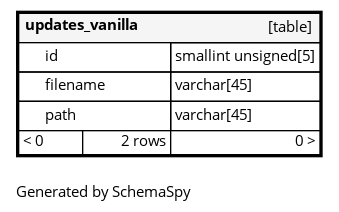
This is diagrams/tables/updates_vanilla.1degree.png from ta-forever/db, a Graphviz export, as it was before one commit. Its source is kept beside it as diagrams/tables/updates_vanilla.1degree.dot.
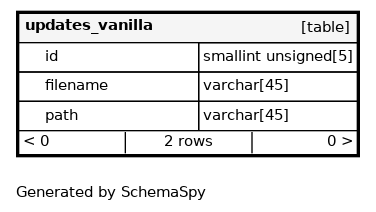
Above is the later version.

What changed in the source:
```diff
@@ -1,13 +1,13 @@
 digraph "oneDegreeRelationshipsDiagram" {
-  graph [    rankdir="RL"    bgcolor="#ffffff"    label="\nGenerated by SchemaSpy"    labeljust="l"    nodesep="0.18"    ranksep="0.46"    fontname="Helvetica"    fontsize="11"    ration="compress"  ];  node [    fontname="Helvetica"    fontsize="11"    shape="plaintext"  ];  edge [    arrowsize="0.8"  ];
+  graph [    rankdir="RL"    bgcolor="#ffffff"    label="\nGenerated by SchemaSpy"    labeljust="l"    nodesep="0.18"    ranksep="0.46"    fontname="Helvetica"    fontsize="11"    packmode="graph"  ];  node [    fontname="Helvetica"    fontsize="11"    shape="plaintext"  ];  edge [    arrowsize="0.8"  ];
   "updates_vanilla" [
    label=<
     <TABLE BORDER="2" CELLBORDER="1" CELLSPACING="0" BGCOLOR="#ffffff">
-      <TR><TD COLSPAN="4"  BGCOLOR="#f5f5f5"><TABLE BORDER="0" CELLSPACING="0"><TR><TD ALIGN="LEFT" FIXEDSIZE="TRUE" WIDTH="93" HEIGHT="16"><B>updates_vanilla</B></TD><TD ALIGN="RIGHT">[table]</TD></TR></TABLE></TD></TR>
-      <TR><TD PORT="id" COLSPAN="2" BGCOLOR="#ffffff" ALIGN="LEFT"><TABLE BORDER="0" CELLSPACING="0" ALIGN="LEFT"><TR ALIGN="LEFT"><TD ALIGN="LEFT" FIXEDSIZE="TRUE" WIDTH="15" HEIGHT="16"></TD><TD ALIGN="LEFT" FIXEDSIZE="TRUE" WIDTH="93" HEIGHT="16">id</TD></TR></TABLE></TD><TD PORT="id.type" ALIGN="LEFT">smallint unsigned[5]</TD></TR>
-      <TR><TD PORT="filename" COLSPAN="2" ALIGN="LEFT"><TABLE BORDER="0" CELLSPACING="0" ALIGN="LEFT"><TR ALIGN="LEFT"><TD ALIGN="LEFT" FIXEDSIZE="TRUE" WIDTH="15" HEIGHT="16"></TD><TD ALIGN="LEFT" FIXEDSIZE="TRUE" WIDTH="93" HEIGHT="16">filename</TD></TR></TABLE></TD><TD PORT="filename.type" ALIGN="LEFT">varchar[45]</TD></TR>
-      <TR><TD PORT="path" COLSPAN="2" ALIGN="LEFT"><TABLE BORDER="0" CELLSPACING="0" ALIGN="LEFT"><TR ALIGN="LEFT"><TD ALIGN="LEFT" FIXEDSIZE="TRUE" WIDTH="15" HEIGHT="16"></TD><TD ALIGN="LEFT" FIXEDSIZE="TRUE" WIDTH="93" HEIGHT="16">path</TD></TR></TABLE></TD><TD PORT="path.type" ALIGN="LEFT">varchar[45]</TD></TR>
-      <TR><TD ALIGN="LEFT" BGCOLOR="#ffffff">&lt; 0</TD><TD ALIGN="RIGHT" BGCOLOR="#ffffff">2 rows</TD><TD ALIGN="RIGHT" BGCOLOR="#ffffff">0 &gt;</TD></TR>
+      <TR><TD COLSPAN="4"  BGCOLOR="#f5f5f5"><TABLE BORDER="0" CELLSPACING="0"><TR><TD ALIGN="LEFT" FIXEDSIZE="TRUE" WIDTH="114" HEIGHT="16"><B>updates_vanilla</B></TD><TD ALIGN="RIGHT">[table]</TD></TR></TABLE></TD></TR>
+      <TR><TD PORT="id" COLSPAN="2" BGCOLOR="#ffffff" ALIGN="LEFT"><TABLE BORDER="0" CELLSPACING="0" ALIGN="LEFT"><TR ALIGN="LEFT"><TD ALIGN="LEFT" FIXEDSIZE="TRUE" WIDTH="15" HEIGHT="16"></TD><TD ALIGN="LEFT" FIXEDSIZE="TRUE" WIDTH="114" HEIGHT="16">id</TD></TR></TABLE></TD><TD PORT="id.type" ALIGN="LEFT">smallint unsigned[5]</TD></TR>
+      <TR><TD PORT="filename" COLSPAN="2" ALIGN="LEFT"><TABLE BORDER="0" CELLSPACING="0" ALIGN="LEFT"><TR ALIGN="LEFT"><TD ALIGN="LEFT" FIXEDSIZE="TRUE" WIDTH="15" HEIGHT="16"></TD><TD ALIGN="LEFT" FIXEDSIZE="TRUE" WIDTH="114" HEIGHT="16">filename</TD></TR></TABLE></TD><TD PORT="filename.type" ALIGN="LEFT">varchar[45]</TD></TR>
+      <TR><TD PORT="path" COLSPAN="2" ALIGN="LEFT"><TABLE BORDER="0" CELLSPACING="0" ALIGN="LEFT"><TR ALIGN="LEFT"><TD ALIGN="LEFT" FIXEDSIZE="TRUE" WIDTH="15" HEIGHT="16"></TD><TD ALIGN="LEFT" FIXEDSIZE="TRUE" WIDTH="114" HEIGHT="16">path</TD></TR></TABLE></TD><TD PORT="path.type" ALIGN="LEFT">varchar[45]</TD></TR>
+      <TR><TD ALIGN="LEFT" CELLPADDING="0" BGCOLOR="#ffffff" COLSPAN="4" ><TABLE BORDER="0" CELLBORDER="0" CELLSPACING="0"><TR><TD ALIGN="LEFT" BGCOLOR="#ffffff">&lt; 0</TD><VR/><TD ALIGN="CENTER" BGCOLOR="#ffffff">2 rows</TD><VR/><TD ALIGN="RIGHT" BGCOLOR="#ffffff">0 &gt;</TD></TR></TABLE></TD></TR>
     </TABLE>>
     URL="updates_vanilla.html"
     target="_top"
```
